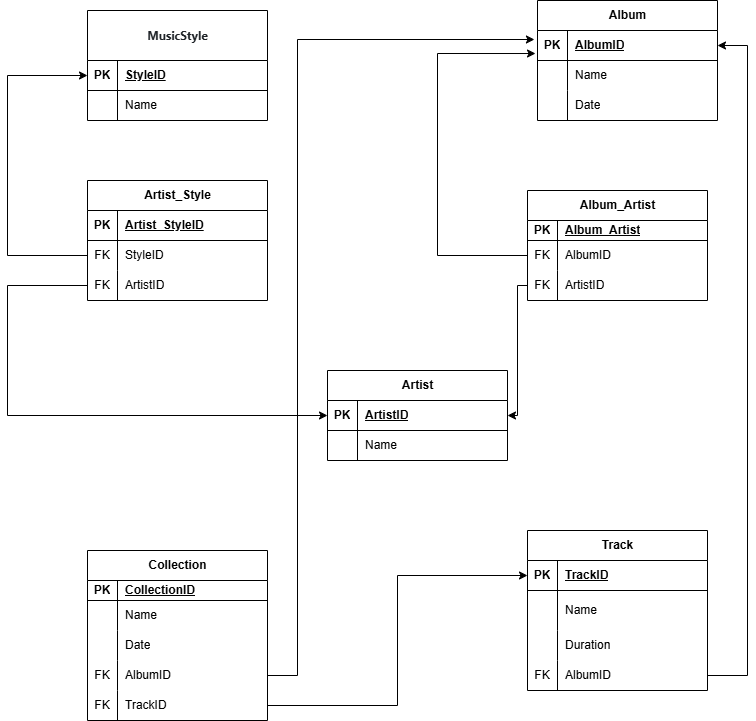
This is Задание_№2.png from Maxick72/DB_for_python, a draw.io export, as it was before one commit. Source tidied: cells renumbered, new cells last; positions are measured from the earlier drawing's top-left corner, leaving out a move shared by most shapes.
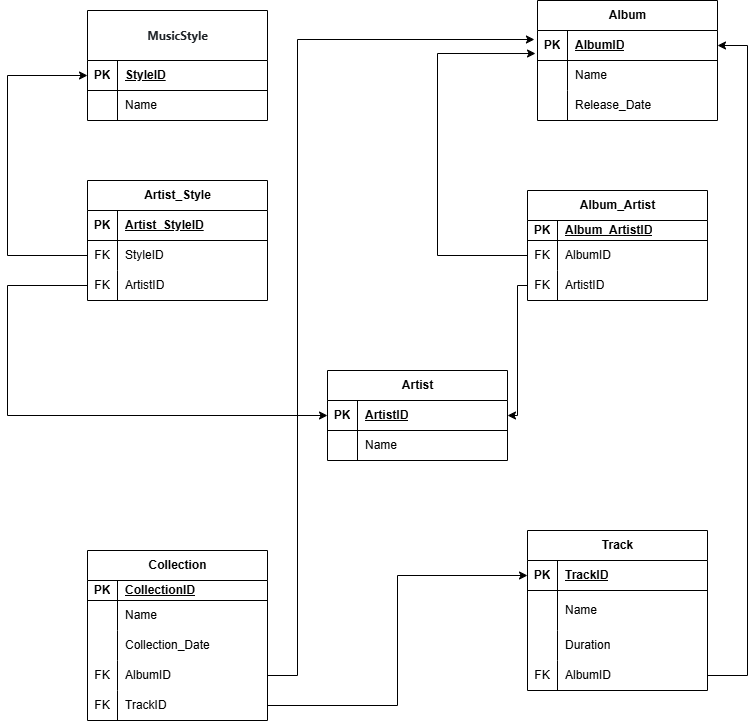
After the commit.

Commit message:
modification homework #2 PNG and drawio

Diff of the diagram source:
```diff
@@ -71,7 +71,7 @@
     <mxCell id="24" style="shape=partialRectangle;fillColor=none;top=0;left=0;bottom=0;right=0;overflow=hidden;whiteSpace=wrap;html=1;" parent="23" vertex="1">
       <mxGeometry width="30" height="30" as="geometry" />
     </mxCell>
-    <mxCell id="25" value="Date" style="shape=partialRectangle;fillColor=none;top=0;left=0;bottom=0;right=0;align=left;spacingLeft=6;overflow=hidden;whiteSpace=wrap;html=1;" parent="23" vertex="1">
+    <mxCell id="25" value="Release_Date" style="shape=partialRectangle;fillColor=none;top=0;left=0;bottom=0;right=0;align=left;spacingLeft=6;overflow=hidden;whiteSpace=wrap;html=1;" parent="23" vertex="1">
       <mxGeometry x="30" width="150" height="30" as="geometry" />
     </mxCell>
     <mxCell id="26" value="Track" style="shape=table;startSize=30;rowLines=0;fontStyle=1;align=center;html=1;" parent="1" vertex="1">
@@ -140,7 +140,7 @@
     <mxCell id="47" style="shape=partialRectangle;fillColor=none;top=0;left=0;bottom=0;right=0;overflow=hidden;whiteSpace=wrap;html=1;" parent="46" vertex="1">
       <mxGeometry width="30" height="30" as="geometry" />
     </mxCell>
-    <mxCell id="48" value="Date" style="shape=partialRectangle;fillColor=none;top=0;left=0;bottom=0;right=0;align=left;spacingLeft=6;overflow=hidden;whiteSpace=wrap;html=1;" parent="46" vertex="1">
+    <mxCell id="48" value="Collection_Date" style="shape=partialRectangle;fillColor=none;top=0;left=0;bottom=0;right=0;align=left;spacingLeft=6;overflow=hidden;whiteSpace=wrap;html=1;" parent="46" vertex="1">
       <mxGeometry x="30" width="150" height="30" as="geometry" />
     </mxCell>
     <mxCell id="49" style="shape=tableRow;horizontal=0;startSize=0;swimlaneHead=0;swimlaneBody=0;fillColor=none;points=[[0,0.5],[1,0.5]];portConstraint=eastwest;top=0;left=0;right=0;bottom=0;" parent="39" vertex="1">
@@ -200,7 +200,7 @@
     <mxCell id="67" value="PK" style="shape=partialRectangle;fillColor=none;top=0;left=0;bottom=0;right=0;fontStyle=1;overflow=hidden;whiteSpace=wrap;html=1;" parent="66" vertex="1">
       <mxGeometry width="30" height="20" as="geometry" />
     </mxCell>
-    <mxCell id="68" value="&lt;span style=&quot;text-align: center; text-wrap-mode: nowrap;&quot;&gt;Album_Artist&lt;/span&gt;" style="shape=partialRectangle;fillColor=none;top=0;left=0;bottom=0;right=0;align=left;spacingLeft=6;fontStyle=5;overflow=hidden;whiteSpace=wrap;html=1;" parent="66" vertex="1">
+    <mxCell id="68" value="&lt;span style=&quot;text-align: center; text-wrap-mode: nowrap;&quot;&gt;Album_ArtistID&lt;/span&gt;" style="shape=partialRectangle;fillColor=none;top=0;left=0;bottom=0;right=0;align=left;spacingLeft=6;fontStyle=5;overflow=hidden;whiteSpace=wrap;html=1;" parent="66" vertex="1">
       <mxGeometry x="30" width="150" height="20" as="geometry" />
     </mxCell>
     <mxCell id="69" style="shape=tableRow;horizontal=0;startSize=0;swimlaneHead=0;swimlaneBody=0;fillColor=none;points=[[0,0.5],[1,0.5]];portConstraint=eastwest;top=0;left=0;right=0;bottom=0;" parent="65" vertex="1">
```
